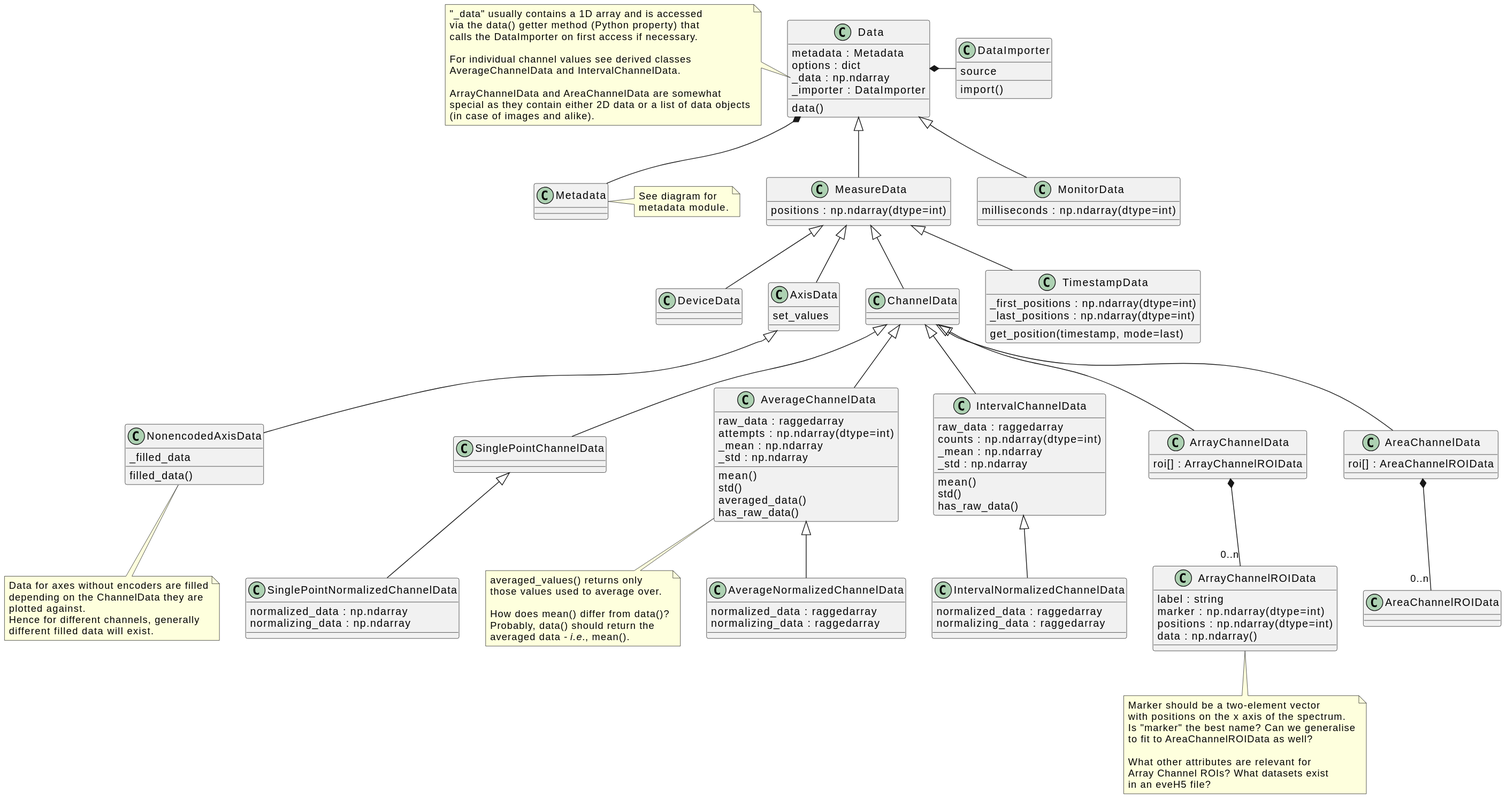
The PlantUML diagram docs/uml/evedata.evefile.data.svg in tillbiskup/evedata, before a commit.
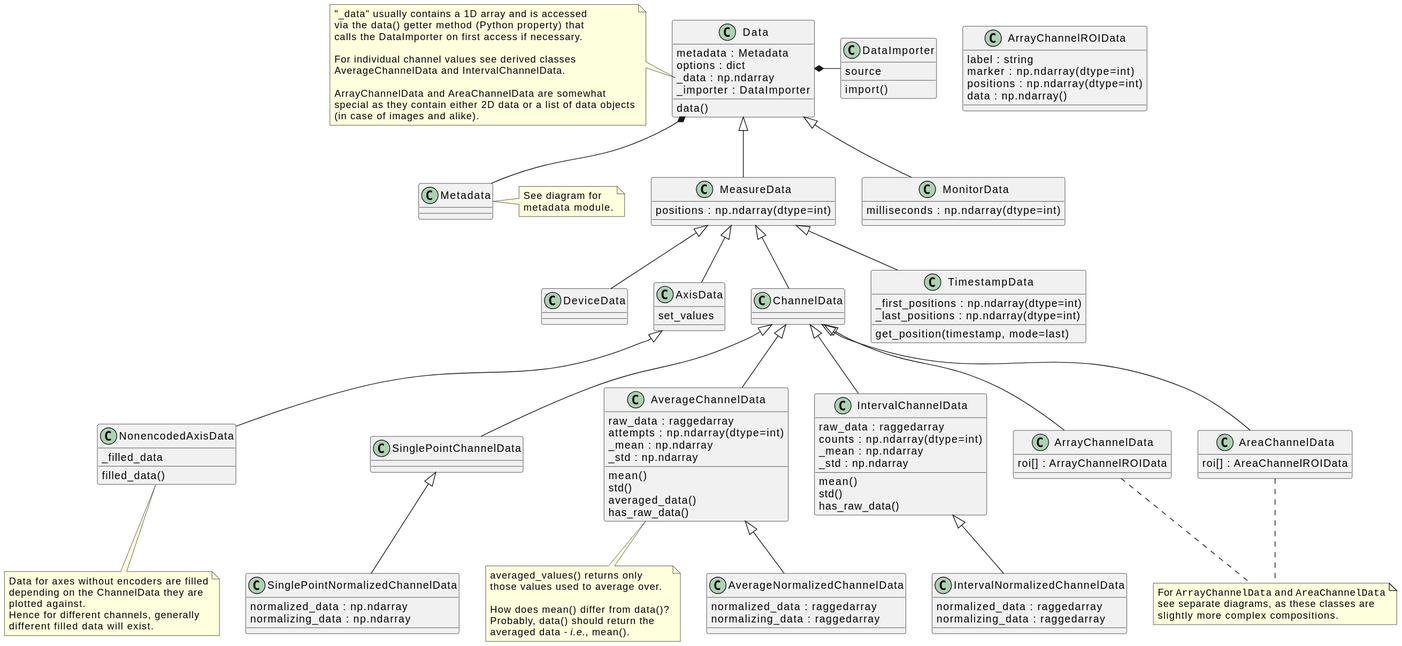
Above is the later version.

Commit message:
Cleanup architecture description for evefile subpackage.

Change to the diagram source:
```diff
@@ -118,31 +118,23 @@
     roi[] : ArrayChannelROIData
 }
 
-ArrayChannelData *-- "0..n" ArrayChannelROIData
-
 class ArrayChannelROIData {
     {field} label : string
     {field} marker : np.ndarray(dtype=int)
     {field} positions : np.ndarray(dtype=int)
     {field} data : np.ndarray()
 }
-note bottom of ArrayChannelROIData
-    Marker should be a two-element vector
-    with positions on the x axis of the spectrum.
-    Is "marker" the best name? Can we generalise
-    to fit to AreaChannelROIData as well?
-
-    What other attributes are relevant for
-    Array Channel ROIs? What datasets exist
-    in an eveH5 file?
-endnote
 
 class AreaChannelData extends ChannelData {
     roi[] : AreaChannelROIData
 }
 
-AreaChannelData *-- "0..n" AreaChannelROIData
+note as array_area_channels_note
+    For ""ArrayChannelData"" and ""AreaChannelData""
+    see separate diagrams, as these classes are
+    slightly more complex compositions.
+end note
 
-class AreaChannelROIData {
-}
+AreaChannelData .. array_area_channels_note
+ArrayChannelData .. array_area_channels_note
 @enduml
```
